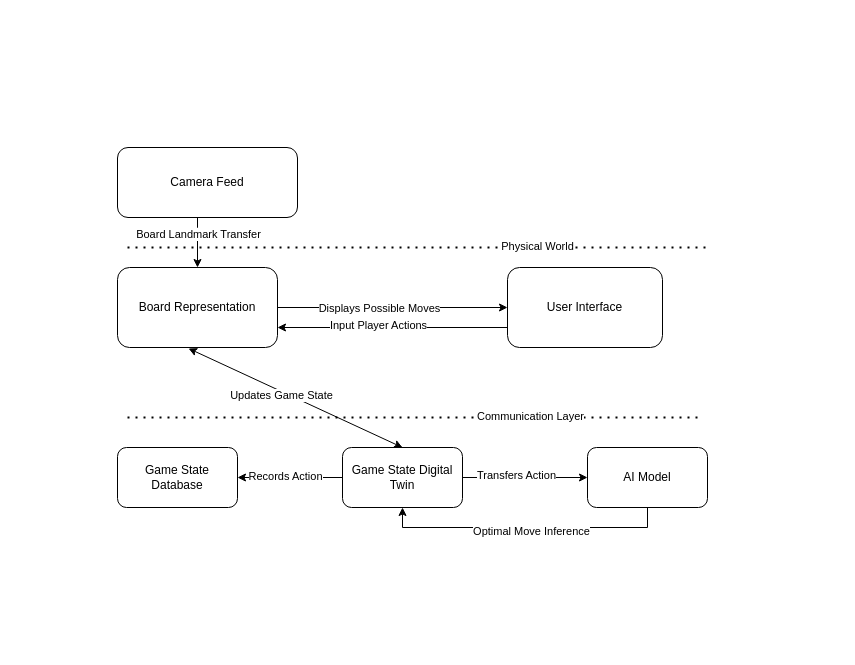
This is docs/HazardAnalysis/Component Diagram.drawio from SY3141/RLCatan, a draw.io file, before an edit. Source tidied: cells renumbered, new cells numbered last; positions are measured from the earlier drawing's top-left corner, leaving out a move shared by most shapes. Both pictures are drawn from the tidied source at 100%, with x=0, y=0 at pixel (117, 147).
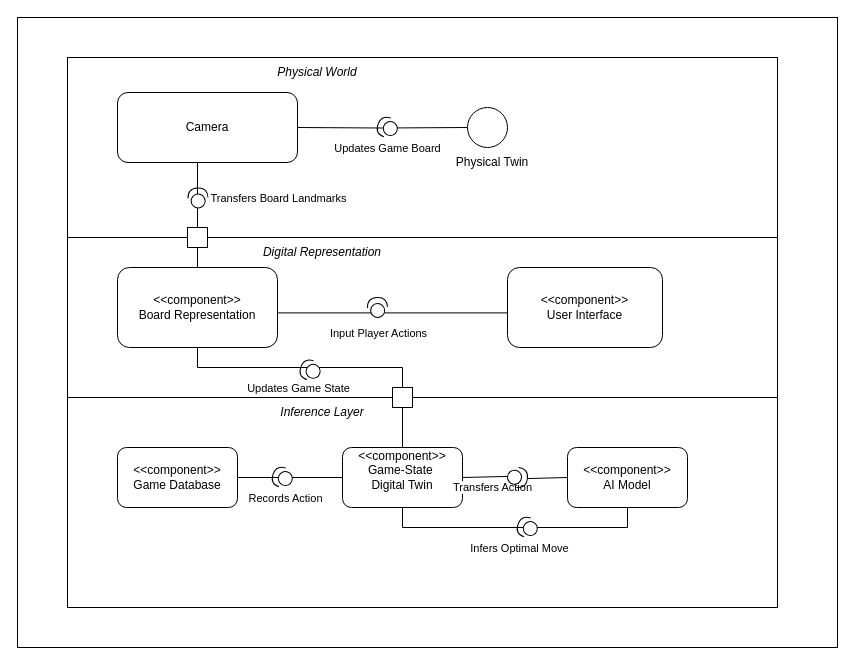
After the change.

Commit message (it also covers changes not shown here):
Updated components diagram

The edit, as a diff of the source:
```diff
@@
-    <mxCell id="2" style="edgeStyle=orthogonalEdgeStyle;rounded=0;jettySize=auto;html=1;" parent="1" edge="1" source="4" target="18">
-      <mxGeometry relative="1" as="geometry" />
-    </mxCell>
-    <mxCell id="3" value="Displays Possible Moves" style="edgeLabel;html=1;align=center;verticalAlign=middle;" parent="2" vertex="1">
-      <mxGeometry x="-0.12" relative="1" as="geometry" />
-    </mxCell>
+    <mxCell id="26" style="rounded=0;whiteSpace=wrap;html=1;" parent="1" vertex="1">
+      <mxGeometry x="-100" y="-130" width="820" height="630" as="geometry" />
+    </mxCell>
+    <mxCell id="27" style="rounded=0;whiteSpace=wrap;html=1;" parent="1" vertex="1">
+      <mxGeometry x="-50" y="250" width="710" height="210" as="geometry" />
+    </mxCell>
+    <mxCell id="28" style="rounded=0;whiteSpace=wrap;html=1;" parent="1" vertex="1">
+      <mxGeometry x="-50" y="90" width="710" height="160" as="geometry" />
+    </mxCell>
+    <mxCell id="29" style="rounded=0;whiteSpace=wrap;html=1;" parent="1" vertex="1">
+      <mxGeometry x="-50" y="-90" width="710" height="180" as="geometry" />
+    </mxCell>
+    <mxCell id="30" style="edgeStyle=orthogonalEdgeStyle;rounded=0;jettySize=auto;html=1;startArrow=none;startFill=0;endArrow=none;endFill=0;" parent="1" edge="1" source="4" target="13">
+      <mxGeometry relative="1" as="geometry">
+        <Array as="points">
+          <mxPoint x="80" y="220" />
+          <mxPoint x="285" y="220" />
+        </Array>
+      </mxGeometry>
+    </mxCell>
+    <mxCell id="22" value="Updates Game State" style="edgeLabel;html=1;align=center;verticalAlign=middle;" parent="30" vertex="1">
+      <mxGeometry x="-0.28" y="3" relative="1" as="geometry">
+        <mxPoint x="10" y="23" as="offset" />
+      </mxGeometry>
+    </mxCell>
-    <mxCell id="4" value="Board Representation" style="rounded=1;whiteSpace=wrap;html=1;" parent="1" vertex="1">
+    <mxCell id="4" value="&lt;div&gt;&lt;div&gt;&amp;lt;&amp;lt;component&amp;gt;&amp;gt;&lt;/div&gt;&lt;/div&gt;Board Representation" style="rounded=1;whiteSpace=wrap;html=1;" parent="1" vertex="1">
       <mxGeometry y="120" width="160" height="80" as="geometry" />
     </mxCell>
-    <mxCell id="5" style="endArrow=none;dashed=1;html=1;dashPattern=1 3;strokeWidth=2;rounded=0;" parent="1" edge="1">
-      <mxGeometry relative="1" as="geometry">
-        <mxPoint x="10" y="270" as="sourcePoint" />
-        <mxPoint x="580" y="270" as="targetPoint" />
-      </mxGeometry>
-    </mxCell>
-    <mxCell id="6" value="Communication Layer" style="edgeLabel;html=1;align=center;verticalAlign=middle;" parent="5" vertex="1">
-      <mxGeometry x="0.41" y="2" relative="1" as="geometry" />
-    </mxCell>
-    <mxCell id="7" value="Game State Database" style="rounded=1;whiteSpace=wrap;html=1;" parent="1" vertex="1">
+    <mxCell id="7" value="&lt;div&gt;&lt;div&gt;&amp;lt;&amp;lt;component&amp;gt;&amp;gt;&lt;/div&gt;&lt;/div&gt;Game Database" style="rounded=1;whiteSpace=wrap;html=1;" parent="1" vertex="1">
       <mxGeometry y="300" width="120" height="60" as="geometry" />
     </mxCell>
-    <mxCell id="8" style="edgeStyle=orthogonalEdgeStyle;rounded=0;jettySize=auto;html=1;exitX=0.5;exitY=1;exitDx=0;exitDy=0;entryX=0.5;entryY=1;entryDx=0;entryDy=0;" parent="1" edge="1" source="10" target="13">
+    <mxCell id="8" style="edgeStyle=orthogonalEdgeStyle;rounded=0;jettySize=auto;html=1;exitX=0.5;exitY=1;exitDx=0;exitDy=0;entryX=0.5;entryY=1;entryDx=0;entryDy=0;endArrow=none;endFill=0;" parent="1" edge="1" source="10" target="13">
       <mxGeometry relative="1" as="geometry" />
     </mxCell>
-    <mxCell id="9" value="Optimal Move Inference" style="edgeLabel;html=1;align=center;verticalAlign=middle;" parent="8" vertex="1">
-      <mxGeometry x="-0.04" y="3" relative="1" as="geometry" />
+    <mxCell id="9" value="Infers Optimal Move" style="edgeLabel;html=1;align=center;verticalAlign=middle;" parent="8" vertex="1">
+      <mxGeometry x="-0.04" y="3" relative="1" as="geometry">
+        <mxPoint x="-2" y="17" as="offset" />
+      </mxGeometry>
     </mxCell>
-    <mxCell id="10" value="AI Model" style="rounded=1;whiteSpace=wrap;html=1;" parent="1" vertex="1">
-      <mxGeometry x="470" y="300" width="120" height="60" as="geometry" />
+    <mxCell id="10" value="&lt;div&gt;&lt;div&gt;&amp;lt;&amp;lt;component&amp;gt;&amp;gt;&lt;/div&gt;&lt;/div&gt;AI Model" style="rounded=1;whiteSpace=wrap;html=1;" parent="1" vertex="1">
+      <mxGeometry x="450" y="300" width="120" height="60" as="geometry" />
     </mxCell>
-    <mxCell id="11" style="edgeStyle=orthogonalEdgeStyle;rounded=0;jettySize=auto;html=1;entryX=1;entryY=0.5;entryDx=0;entryDy=0;" parent="1" edge="1" source="13" target="7">
+    <mxCell id="11" style="edgeStyle=orthogonalEdgeStyle;rounded=0;jettySize=auto;html=1;entryX=1;entryY=0.5;entryDx=0;entryDy=0;endArrow=none;endFill=0;" parent="1" edge="1" source="13" target="7">
       <mxGeometry relative="1" as="geometry" />
     </mxCell>
     <mxCell id="12" value="Records Action" style="edgeLabel;html=1;align=center;verticalAlign=middle;" parent="11" vertex="1">
-      <mxGeometry x="0.1" y="-2" relative="1" as="geometry" />
+      <mxGeometry x="0.1" y="-2" relative="1" as="geometry">
+        <mxPoint y="22" as="offset" />
+      </mxGeometry>
     </mxCell>
-    <mxCell id="13" value="Game State Digital Twin" style="rounded=1;whiteSpace=wrap;html=1;" parent="1" vertex="1">
+    <mxCell id="13" value="&lt;div&gt;&lt;div&gt;&amp;lt;&amp;lt;component&amp;gt;&amp;gt;&lt;/div&gt;&lt;/div&gt;Game-State&amp;nbsp;&lt;div&gt;Digital Twin&lt;div&gt;&lt;br&gt;&lt;/div&gt;&lt;/div&gt;" style="rounded=1;whiteSpace=wrap;html=1;" parent="1" vertex="1">
       <mxGeometry x="225" y="300" width="120" height="60" as="geometry" />
     </mxCell>
-    <mxCell id="14" style="endArrow=classic;html=1;rounded=0;entryX=0;entryY=0.5;entryDx=0;entryDy=0;exitX=1;exitY=0.5;exitDx=0;exitDy=0;" parent="1" edge="1" source="13" target="10">
+    <mxCell id="14" style="endArrow=none;html=1;rounded=0;entryX=0;entryY=0.5;entryDx=0;entryDy=0;exitX=1;exitY=0.5;exitDx=0;exitDy=0;endFill=0;" parent="1" edge="1" source="38" target="10">
       <mxGeometry relative="1" as="geometry" />
     </mxCell>
-    <mxCell id="15" value="Transfers Action" style="edgeLabel;html=1;align=center;verticalAlign=middle;" parent="14" vertex="1">
-      <mxGeometry x="-0.16" y="3" relative="1" as="geometry" />
-    </mxCell>
-    <mxCell id="16" style="edgeStyle=orthogonalEdgeStyle;rounded=0;jettySize=auto;html=1;exitX=0;exitY=0.75;exitDx=0;exitDy=0;entryX=1;entryY=0.75;entryDx=0;entryDy=0;" parent="1" edge="1" source="18" target="4">
-      <mxGeometry relative="1" as="geometry" />
+    <mxCell id="16" style="edgeStyle=orthogonalEdgeStyle;rounded=0;orthogonalLoop=1;jettySize=auto;html=1;exitX=0;exitY=0.75;exitDx=0;exitDy=0;entryX=1;entryY=0.75;entryDx=0;entryDy=0;endArrow=none;endFill=0;" parent="1" edge="1">
+      <mxGeometry relative="1" as="geometry">
+        <mxPoint x="390" y="165.4" as="sourcePoint" />
+        <mxPoint x="160" y="165.4" as="targetPoint" />
+      </mxGeometry>
     </mxCell>
     <mxCell id="17" value="Input Player Actions" style="edgeLabel;html=1;align=center;verticalAlign=middle;" parent="16" vertex="1">
-      <mxGeometry x="0.13" y="-3" relative="1" as="geometry" />
+      <mxGeometry x="0.13" y="-3" relative="1" as="geometry">
+        <mxPoint y="23" as="offset" />
+      </mxGeometry>
     </mxCell>
-    <mxCell id="18" value="User Interface" style="rounded=1;whiteSpace=wrap;html=1;" parent="1" vertex="1">
+    <mxCell id="18" value="&lt;div&gt;&lt;div&gt;&amp;lt;&amp;lt;component&amp;gt;&amp;gt;&lt;/div&gt;&lt;/div&gt;User Interface" style="rounded=1;whiteSpace=wrap;html=1;" parent="1" vertex="1">
       <mxGeometry x="390" y="120" width="155" height="80" as="geometry" />
     </mxCell>
-    <mxCell id="19" style="endArrow=none;dashed=1;html=1;dashPattern=1 3;strokeWidth=2;rounded=0;" parent="1" edge="1">
-      <mxGeometry relative="1" as="geometry">
-        <mxPoint x="10" y="100" as="sourcePoint" />
-        <mxPoint x="590" y="100" as="targetPoint" />
-      </mxGeometry>
-    </mxCell>
-    <mxCell id="20" value="Physical World" style="edgeLabel;html=1;align=center;verticalAlign=middle;" parent="19" vertex="1">
-      <mxGeometry x="0.41" y="2" relative="1" as="geometry" />
-    </mxCell>
-    <mxCell id="21" style="endArrow=classic;startArrow=classic;html=1;rounded=0;exitX=0.5;exitY=0;exitDx=0;exitDy=0;entryX=0.444;entryY=1.012;entryDx=0;entryDy=0;entryPerimeter=0;" parent="1" edge="1" source="13" target="4">
-      <mxGeometry relative="1" as="geometry" />
-    </mxCell>
-    <mxCell id="22" value="Updates Game State" style="edgeLabel;html=1;align=center;verticalAlign=middle;" parent="21" vertex="1">
-      <mxGeometry x="0.12" y="3" relative="1" as="geometry" />
-    </mxCell>
-    <mxCell id="23" style="edgeStyle=orthogonalEdgeStyle;rounded=0;jettySize=auto;html=1;" parent="1" edge="1" source="25" target="4">
+    <mxCell id="23" style="edgeStyle=orthogonalEdgeStyle;rounded=0;jettySize=auto;html=1;endArrow=none;endFill=0;" parent="1" edge="1" source="25" target="4">
       <mxGeometry relative="1" as="geometry">
         <Array as="points">
           <mxPoint x="80" y="80" />
           <mxPoint x="80" y="80" />
         </Array>
       </mxGeometry>
     </mxCell>
-    <mxCell id="24" value="Board Landmark Transfer" style="edgeLabel;html=1;align=center;verticalAlign=middle;" parent="23" vertex="1">
-      <mxGeometry x="-0.34" relative="1" as="geometry" />
+    <mxCell id="24" value="Transfers Board Landmarks" style="edgeLabel;html=1;align=center;verticalAlign=middle;" parent="23" vertex="1">
+      <mxGeometry x="-0.34" relative="1" as="geometry">
+        <mxPoint x="80" as="offset" />
+      </mxGeometry>
     </mxCell>
-    <mxCell id="25" value="Camera Feed" style="rounded=1;whiteSpace=wrap;html=1;" parent="1" vertex="1">
-      <mxGeometry width="180" height="70" as="geometry" />
+    <mxCell id="25" value="Camera" style="rounded=1;whiteSpace=wrap;html=1;" parent="1" vertex="1">
+      <mxGeometry y="-55" width="180" height="70" as="geometry" />
     </mxCell>
+    <mxCell id="31" style="edgeStyle=orthogonalEdgeStyle;rounded=0;jettySize=auto;html=1;entryX=1;entryY=0.5;entryDx=0;entryDy=0;endArrow=none;endFill=0;" parent="1" edge="1" target="25">
+      <mxGeometry relative="1" as="geometry">
+        <mxPoint x="350" y="-20" as="sourcePoint" />
+      </mxGeometry>
+    </mxCell>
+    <mxCell id="32" value="Updates Game Board" style="edgeLabel;html=1;align=center;verticalAlign=middle;" parent="31" vertex="1">
+      <mxGeometry x="-0.12" y="-3" relative="1" as="geometry">
+        <mxPoint x="-5" y="23" as="offset" />
+      </mxGeometry>
+    </mxCell>
+    <mxCell id="20" value="&lt;i&gt;Physical World&lt;/i&gt;" style="text;html=1;align=center;verticalAlign=middle;whiteSpace=wrap;rounded=0;" parent="1" vertex="1">
+      <mxGeometry x="140" y="-90" width="120" height="30" as="geometry" />
+    </mxCell>
+    <mxCell id="33" value="&lt;i&gt;Digital Representation&lt;/i&gt;" style="text;html=1;align=center;verticalAlign=middle;whiteSpace=wrap;rounded=0;" parent="1" vertex="1">
+      <mxGeometry x="130" y="90" width="150" height="30" as="geometry" />
+    </mxCell>
+    <mxCell id="34" value="&lt;i&gt;Inference Layer&lt;/i&gt;" style="text;html=1;align=center;verticalAlign=middle;whiteSpace=wrap;rounded=0;" parent="1" vertex="1">
+      <mxGeometry x="130" y="250" width="150" height="30" as="geometry" />
+    </mxCell>
+    <mxCell id="35" style="whiteSpace=wrap;html=1;" parent="1" vertex="1">
+      <mxGeometry x="275" y="240" width="20" height="20" as="geometry" />
+    </mxCell>
+    <mxCell id="36" style="whiteSpace=wrap;html=1;" parent="1" vertex="1">
+      <mxGeometry x="70" y="80" width="20" height="20" as="geometry" />
+    </mxCell>
+    <mxCell id="37" style="endArrow=none;html=1;rounded=0;entryX=0;entryY=0.5;entryDx=0;entryDy=0;exitX=1;exitY=0.5;exitDx=0;exitDy=0;endFill=0;" parent="1" edge="1" source="13" target="38">
+      <mxGeometry relative="1" as="geometry" />
+    </mxCell>
+    <mxCell id="15" value="Transfers Action" style="edgeLabel;html=1;align=center;verticalAlign=middle;" parent="37" vertex="1">
+      <mxGeometry x="-0.16" y="3" relative="1" as="geometry">
+        <mxPoint x="11" y="13" as="offset" />
+      </mxGeometry>
+    </mxCell>
+    <mxCell id="38" style="shape=providedRequiredInterface;html=1;verticalLabelPosition=bottom;sketch=0;rotation=-84;direction=south;" parent="1" vertex="1">
+      <mxGeometry x="390" y="320" width="20" height="20" as="geometry" />
+    </mxCell>
+    <mxCell id="39" style="shape=providedRequiredInterface;html=1;verticalLabelPosition=bottom;sketch=0;rotation=-160;" parent="1" vertex="1">
+      <mxGeometry x="400" y="370" width="20" height="20" as="geometry" />
+    </mxCell>
+    <mxCell id="40" style="shape=providedRequiredInterface;html=1;verticalLabelPosition=bottom;sketch=0;rotation=-160;" parent="1" vertex="1">
+      <mxGeometry x="155" y="320" width="20" height="20" as="geometry" />
+    </mxCell>
+    <mxCell id="41" style="shape=providedRequiredInterface;html=1;verticalLabelPosition=bottom;sketch=0;rotation=-160;" parent="1" vertex="1">
+      <mxGeometry x="182.8" y="212.8" width="20" height="20" as="geometry" />
+    </mxCell>
+    <mxCell id="42" style="shape=providedRequiredInterface;html=1;verticalLabelPosition=bottom;sketch=0;rotation=-93;" parent="1" vertex="1">
+      <mxGeometry x="250" y="150" width="20" height="20" as="geometry" />
+    </mxCell>
+    <mxCell id="43" style="shape=providedRequiredInterface;html=1;verticalLabelPosition=bottom;sketch=0;rotation=-93;" parent="1" vertex="1">
+      <mxGeometry x="70.5" y="40.5" width="20" height="20" as="geometry" />
+    </mxCell>
+    <mxCell id="44" style="shape=providedRequiredInterface;html=1;verticalLabelPosition=bottom;sketch=0;rotation=-160;" parent="1" vertex="1">
+      <mxGeometry x="260" y="-30" width="20" height="20" as="geometry" />
+    </mxCell>
+    <mxCell id="45" style="ellipse;whiteSpace=wrap;html=1;" parent="1" vertex="1">
+      <mxGeometry x="350" y="-40" width="40" height="40" as="geometry" />
+    </mxCell>
+    <mxCell id="46" value="Physical Twin" style="text;html=1;align=center;verticalAlign=middle;whiteSpace=wrap;rounded=0;" parent="1" vertex="1">
+      <mxGeometry x="330" width="90" height="30" as="geometry" />
+    </mxCell>
```
